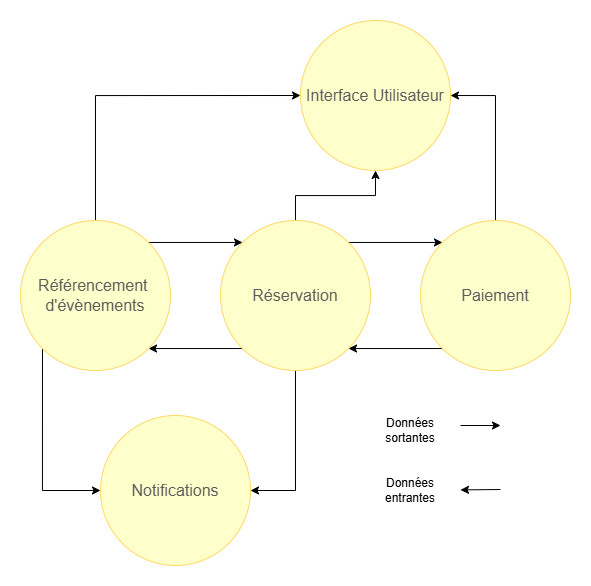
Earlier version of the draw.io export docs/context-map.png (Luigi1802/domain-driven-design). Source tidied: cells renumbered, new cells last; positions are measured from the earlier drawing's top-left corner, leaving out a move shared by most shapes.
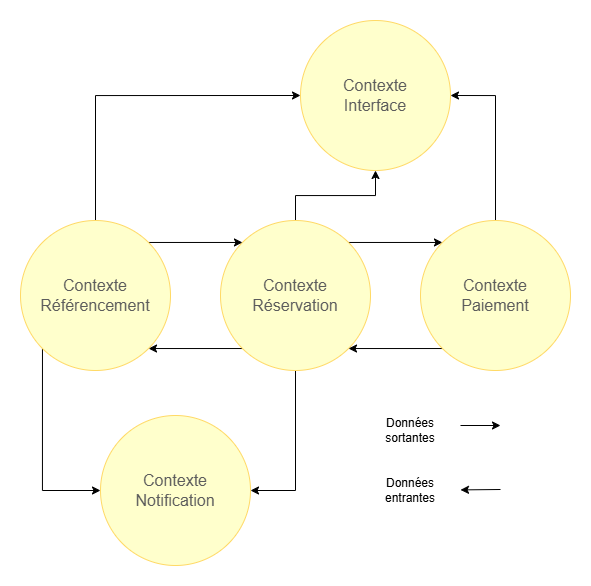
Later version of the same file.

Diff of the diagram source:
```diff
@@ -14,7 +14,7 @@
     <mxCell id="5" style="edgeStyle=orthogonalEdgeStyle;rounded=0;jettySize=auto;html=1;exitX=0;exitY=1;exitDx=0;exitDy=0;entryX=1;entryY=1;entryDx=0;entryDy=0;" parent="1" edge="1" source="6" target="15">
       <mxGeometry relative="1" as="geometry" />
     </mxCell>
-    <mxCell id="6" value="&lt;div style=&quot;&quot;&gt;&lt;span style=&quot;background-color: transparent; font-size: 16px; white-space-collapse: break-spaces;&quot;&gt;&lt;font color=&quot;#5c5c5c&quot; face=&quot;gg sans, Noto Sans, Helvetica Neue, Helvetica, Arial, sans-serif&quot;&gt;Réservation&lt;/font&gt;&lt;/span&gt;&lt;/div&gt;" style="ellipse;whiteSpace=wrap;html=1;fillColor=#FFFFCC;strokeColor=#FFD966;align=center;" parent="1" vertex="1">
+    <mxCell id="6" value="&lt;div style=&quot;&quot;&gt;&lt;span style=&quot;background-color: transparent; color: rgb(92, 92, 92); font-family: &amp;quot;gg sans&amp;quot;, &amp;quot;Noto Sans&amp;quot;, &amp;quot;Helvetica Neue&amp;quot;, Helvetica, Arial, sans-serif; font-size: 16px; white-space-collapse: break-spaces;&quot;&gt;Contexte&lt;/span&gt;&lt;/div&gt;&lt;div style=&quot;&quot;&gt;&lt;span style=&quot;background-color: transparent; font-size: 16px; white-space-collapse: break-spaces;&quot;&gt;&lt;font color=&quot;#5c5c5c&quot; face=&quot;gg sans, Noto Sans, Helvetica Neue, Helvetica, Arial, sans-serif&quot;&gt;Réservation&lt;/font&gt;&lt;/span&gt;&lt;/div&gt;" style="ellipse;whiteSpace=wrap;html=1;fillColor=#FFFFCC;strokeColor=#FFD966;align=center;" parent="1" vertex="1">
       <mxGeometry x="200" y="200" width="150" height="150" as="geometry" />
     </mxCell>
     <mxCell id="7" style="edgeStyle=orthogonalEdgeStyle;rounded=0;jettySize=auto;html=1;exitX=0.5;exitY=0;exitDx=0;exitDy=0;entryX=1;entryY=0.5;entryDx=0;entryDy=0;" parent="1" edge="1" source="9" target="11">
@@ -23,13 +23,13 @@
     <mxCell id="8" style="edgeStyle=orthogonalEdgeStyle;rounded=0;jettySize=auto;html=1;exitX=0;exitY=1;exitDx=0;exitDy=0;entryX=1;entryY=1;entryDx=0;entryDy=0;" parent="1" edge="1" source="9" target="6">
       <mxGeometry relative="1" as="geometry" />
     </mxCell>
-    <mxCell id="9" value="&lt;div style=&quot;&quot;&gt;&lt;font color=&quot;#5c5c5c&quot; face=&quot;gg sans, Noto Sans, Helvetica Neue, Helvetica, Arial, sans-serif&quot;&gt;&lt;span style=&quot;font-size: 16px; white-space-collapse: break-spaces;&quot;&gt;Paiement&lt;/span&gt;&lt;/font&gt;&lt;/div&gt;" style="ellipse;whiteSpace=wrap;html=1;fillColor=#FFFFCC;strokeColor=#FFD966;align=center;" parent="1" vertex="1">
+    <mxCell id="9" value="&lt;div style=&quot;&quot;&gt;&lt;font color=&quot;#5c5c5c&quot; face=&quot;gg sans, Noto Sans, Helvetica Neue, Helvetica, Arial, sans-serif&quot;&gt;&lt;span style=&quot;font-size: 16px; white-space-collapse: break-spaces; background-color: transparent;&quot;&gt;Contexte&lt;/span&gt;&lt;/font&gt;&lt;/div&gt;&lt;div style=&quot;&quot;&gt;&lt;font color=&quot;#5c5c5c&quot; face=&quot;gg sans, Noto Sans, Helvetica Neue, Helvetica, Arial, sans-serif&quot;&gt;&lt;span style=&quot;font-size: 16px; white-space-collapse: break-spaces;&quot;&gt;Paiement&lt;/span&gt;&lt;/font&gt;&lt;/div&gt;" style="ellipse;whiteSpace=wrap;html=1;fillColor=#FFFFCC;strokeColor=#FFD966;align=center;" parent="1" vertex="1">
       <mxGeometry x="400" y="200" width="150" height="150" as="geometry" />
     </mxCell>
-    <mxCell id="10" value="&lt;div style=&quot;&quot;&gt;&lt;font color=&quot;#5c5c5c&quot; face=&quot;gg sans, Noto Sans, Helvetica Neue, Helvetica, Arial, sans-serif&quot;&gt;&lt;span style=&quot;font-size: 16px; white-space-collapse: break-spaces;&quot;&gt;Notifications&lt;/span&gt;&lt;/font&gt;&lt;/div&gt;" style="ellipse;whiteSpace=wrap;html=1;fillColor=#FFFFCC;strokeColor=#FFD966;align=center;" parent="1" vertex="1">
+    <mxCell id="10" value="&lt;div style=&quot;&quot;&gt;&lt;font color=&quot;#5c5c5c&quot; face=&quot;gg sans, Noto Sans, Helvetica Neue, Helvetica, Arial, sans-serif&quot; style=&quot;font-size: 16px;&quot;&gt;&lt;span style=&quot;white-space-collapse: break-spaces;&quot;&gt;Contexte&lt;/span&gt;&lt;/font&gt;&lt;/div&gt;&lt;div style=&quot;&quot;&gt;&lt;font color=&quot;#5c5c5c&quot; face=&quot;gg sans, Noto Sans, Helvetica Neue, Helvetica, Arial, sans-serif&quot; size=&quot;3&quot;&gt;&lt;span style=&quot;white-space-collapse: break-spaces;&quot;&gt;Notification&lt;/span&gt;&lt;/font&gt;&lt;/div&gt;" style="ellipse;whiteSpace=wrap;html=1;fillColor=#FFFFCC;strokeColor=#FFD966;align=center;" parent="1" vertex="1">
       <mxGeometry x="80" y="395" width="150" height="150" as="geometry" />
     </mxCell>
-    <mxCell id="11" value="&lt;div style=&quot;&quot;&gt;&lt;font color=&quot;#5c5c5c&quot; face=&quot;gg sans, Noto Sans, Helvetica Neue, Helvetica, Arial, sans-serif&quot;&gt;&lt;span style=&quot;font-size: 16px; white-space-collapse: break-spaces;&quot;&gt;Interface Utilisateur&lt;/span&gt;&lt;/font&gt;&lt;/div&gt;" style="ellipse;whiteSpace=wrap;html=1;fillColor=#FFFFCC;strokeColor=#FFD966;align=center;" parent="1" vertex="1">
+    <mxCell id="11" value="&lt;div style=&quot;&quot;&gt;&lt;span style=&quot;color: rgb(92, 92, 92); font-family: &amp;quot;gg sans&amp;quot;, &amp;quot;Noto Sans&amp;quot;, &amp;quot;Helvetica Neue&amp;quot;, Helvetica, Arial, sans-serif; font-size: 16px; white-space-collapse: break-spaces;&quot;&gt;Contexte&lt;/span&gt;&lt;/div&gt;&lt;div style=&quot;&quot;&gt;&lt;span style=&quot;color: rgb(92, 92, 92); font-family: &amp;quot;gg sans&amp;quot;, &amp;quot;Noto Sans&amp;quot;, &amp;quot;Helvetica Neue&amp;quot;, Helvetica, Arial, sans-serif; font-size: 16px; white-space-collapse: break-spaces;&quot;&gt;Interface&lt;/span&gt;&lt;/div&gt;" style="ellipse;whiteSpace=wrap;html=1;fillColor=#FFFFCC;strokeColor=#FFD966;align=center;" parent="1" vertex="1">
       <mxGeometry x="280" width="150" height="150" as="geometry" />
     </mxCell>
     <mxCell id="12" style="edgeStyle=orthogonalEdgeStyle;rounded=0;jettySize=auto;html=1;exitX=0.5;exitY=0;exitDx=0;exitDy=0;entryX=0;entryY=0.5;entryDx=0;entryDy=0;" parent="1" edge="1" source="15" target="11">
@@ -41,7 +41,7 @@
     <mxCell id="14" style="edgeStyle=orthogonalEdgeStyle;rounded=0;jettySize=auto;html=1;exitX=1;exitY=0;exitDx=0;exitDy=0;entryX=0;entryY=0;entryDx=0;entryDy=0;" parent="1" edge="1" source="15" target="6">
       <mxGeometry relative="1" as="geometry" />
     </mxCell>
-    <mxCell id="15" value="&lt;div style=&quot;&quot;&gt;&lt;span style=&quot;background-color: transparent; font-size: 16px; white-space-collapse: break-spaces;&quot;&gt;&lt;font color=&quot;#5c5c5c&quot; face=&quot;gg sans, Noto Sans, Helvetica Neue, Helvetica, Arial, sans-serif&quot;&gt;Référencement d'évènements&lt;/font&gt;&lt;/span&gt;&lt;/div&gt;" style="ellipse;whiteSpace=wrap;html=1;fillColor=#FFFFCC;strokeColor=#FFD966;align=center;" parent="1" vertex="1">
+    <mxCell id="15" value="&lt;div style=&quot;&quot;&gt;&lt;font color=&quot;#5c5c5c&quot; face=&quot;gg sans, Noto Sans, Helvetica Neue, Helvetica, Arial, sans-serif&quot;&gt;&lt;span style=&quot;font-size: 16px; white-space-collapse: break-spaces;&quot;&gt;Contexte&lt;/span&gt;&lt;/font&gt;&lt;/div&gt;&lt;div style=&quot;&quot;&gt;&lt;font color=&quot;#5c5c5c&quot; face=&quot;gg sans, Noto Sans, Helvetica Neue, Helvetica, Arial, sans-serif&quot;&gt;&lt;span style=&quot;font-size: 16px; white-space-collapse: break-spaces;&quot;&gt;Référencement&lt;/span&gt;&lt;/font&gt;&lt;/div&gt;" style="ellipse;whiteSpace=wrap;html=1;fillColor=#FFFFCC;strokeColor=#FFD966;align=center;" parent="1" vertex="1">
       <mxGeometry y="200" width="150" height="150" as="geometry" />
     </mxCell>
     <mxCell id="16" style="edgeStyle=none;orthogonalLoop=1;jettySize=auto;html=1;rounded=0;" parent="1" edge="1">
```
